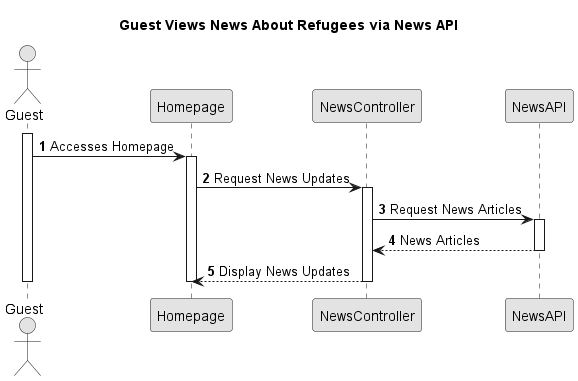
Above: Doc/use-Cases/uc012/sequenceDiagram/sequenceDiagram012.png in kanzodotjava/RefugeeLINK (PlantUML), before the change.
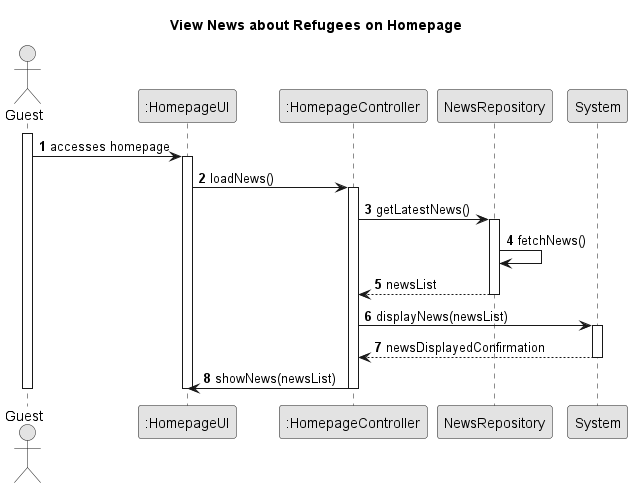
The same file after the commit.

Change to the diagram source:
```diff
@@ -3,31 +3,34 @@
 skinparam packageStyle rectangle
 skinparam shadowing false
 
-title Guest Views News About Refugees via News API
+title View News about Refugees on Homepage
 
 autonumber
 
 actor Guest
-participant "Homepage" as HP
-participant "NewsController" as NewsCtrl
-participant "NewsAPI" as NewsAPI
+participant ":HomepageUI" as ui
+participant ":HomepageController" as ctrl
+participant "NewsRepository" as newsRepo
+participant "System" as system
 
 activate Guest
 
-Guest -> HP : Accesses Homepage
-activate HP
-
-HP -> NewsCtrl : Request News Updates
-activate NewsCtrl
-
-NewsCtrl -> NewsAPI : Request News Articles
-activate NewsAPI
-NewsAPI --> NewsCtrl : News Articles
-deactivate NewsAPI
-
-NewsCtrl --> HP : Display News Updates
-deactivate NewsCtrl
-deactivate HP
+    Guest -> ui : accesses homepage
+    activate ui
+        ui -> ctrl : loadNews()
+        activate ctrl
+            ctrl -> newsRepo : getLatestNews()
+            activate newsRepo
+                newsRepo -> newsRepo : fetchNews()
+                newsRepo --> ctrl : newsList
+            deactivate newsRepo
+            ctrl -> system : displayNews(newsList)
+            activate system
+                system --> ctrl : newsDisplayedConfirmation
+            deactivate system
+            ctrl -> ui : showNews(newsList)
+        deactivate ctrl
+    deactivate ui
 
 deactivate Guest
 
```
